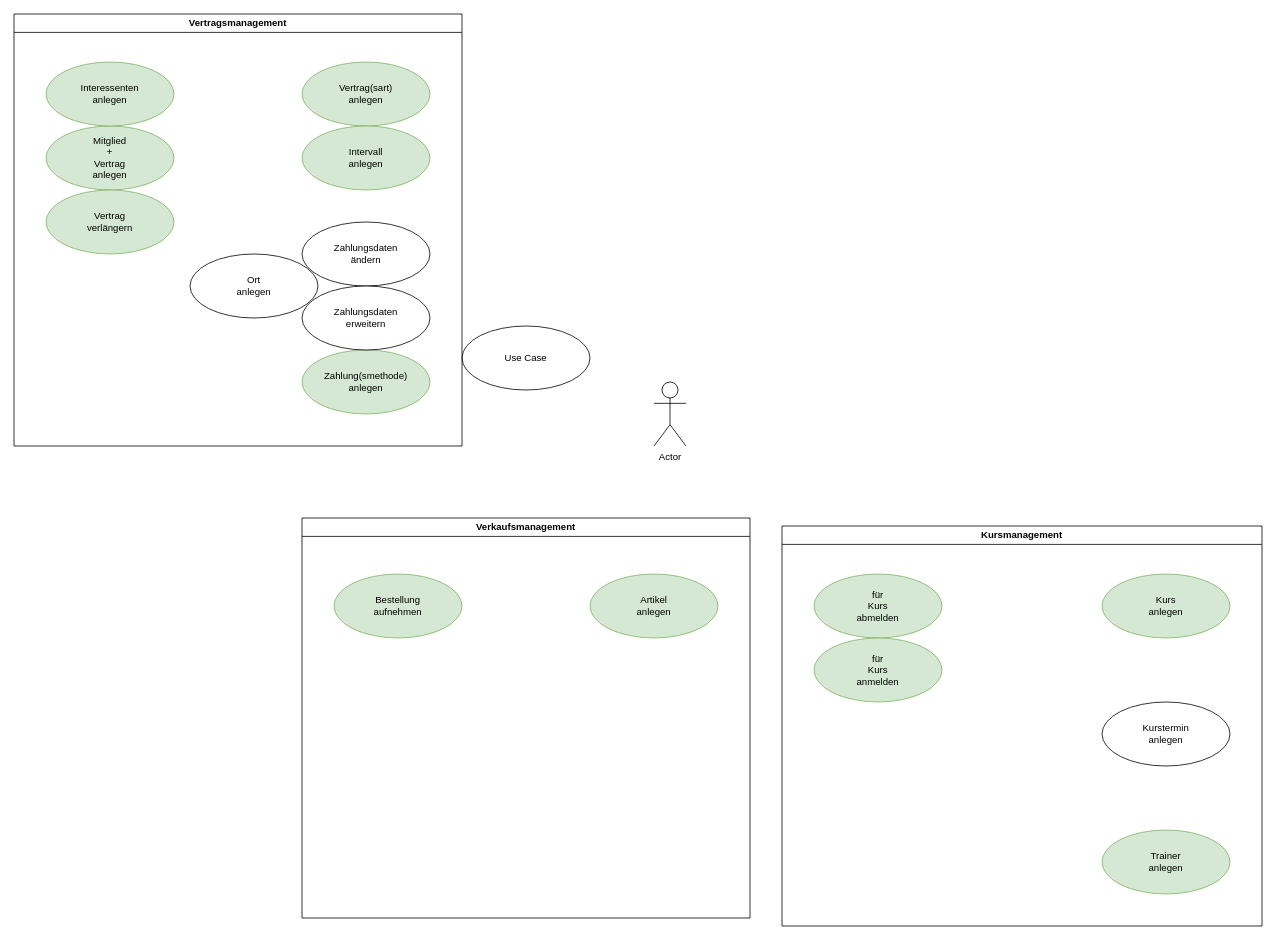
The draw.io diagram Use-Case-Diagramm.drawio in holger1111/Fitnessstudiomitgliederverwaltung, before the edit. Source tidied: cells renumbered, new cells numbered last; positions are measured from the earlier drawing's top-left corner, leaving out a move shared by most shapes. Both pictures are drawn from the tidied source at 80%, with x=0, y=0 at pixel (14, 14).
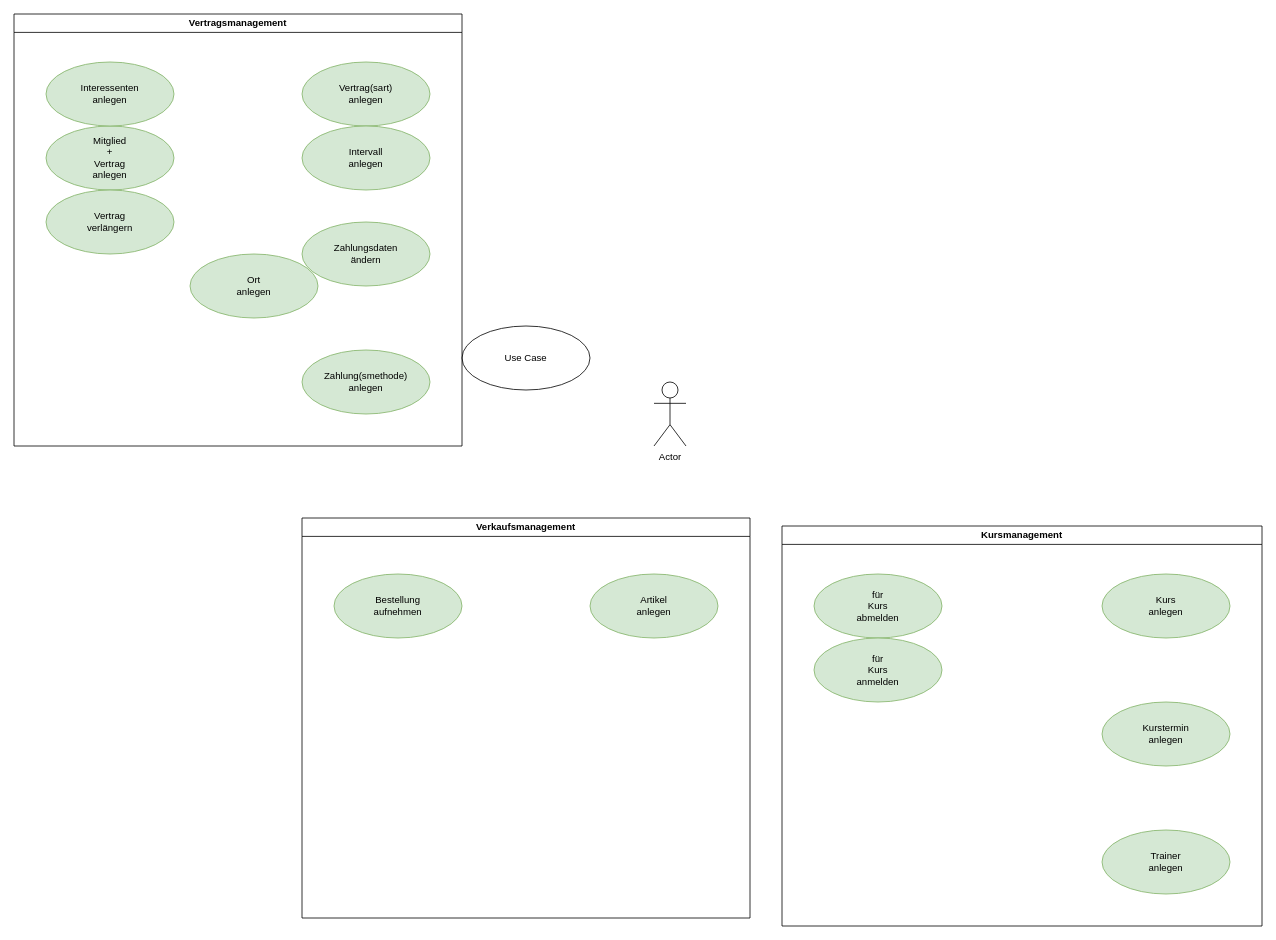
The same diagram, later.

Commit message:
Use-Case-Diagramm vorläufig vollständig genutzt

Unchanged cells that the change refers to:
```xml
<mxCell id="4" value="Kursmanagement" style="swimlane;whiteSpace=wrap;html=1;" parent="1" vertex="1">
  <mxGeometry x="960" y="640" width="600" height="500" as="geometry" />
</mxCell>
<mxCell id="13" value="Vertragsmanagement" style="swimlane;whiteSpace=wrap;html=1;" parent="1" vertex="1">
  <mxGeometry width="560" height="540" as="geometry" />
</mxCell>
```

Change to the diagram source:
```diff
@@
-    <mxCell id="9" value="Kurstermin&lt;div&gt;anlegen&lt;/div&gt;" style="ellipse;whiteSpace=wrap;html=1;" parent="4" vertex="1">
+    <mxCell id="9" value="Kurstermin&lt;div&gt;anlegen&lt;/div&gt;" style="ellipse;whiteSpace=wrap;html=1;fillColor=#d5e8d4;strokeColor=#82b366;" parent="4" vertex="1">
       <mxGeometry x="400" y="220" width="160" height="80" as="geometry" />
     </mxCell>
@@
-    <mxCell id="20" value="Zahlungsdaten&lt;div&gt;ändern&lt;/div&gt;" style="ellipse;whiteSpace=wrap;html=1;" parent="13" vertex="1">
+    <mxCell id="20" value="Zahlungsdaten&lt;div&gt;ändern&lt;/div&gt;" style="ellipse;whiteSpace=wrap;html=1;fillColor=#d5e8d4;strokeColor=#82b366;" parent="13" vertex="1">
       <mxGeometry x="360" y="260" width="160" height="80" as="geometry" />
     </mxCell>
-    <mxCell id="21" value="Zahlungsdaten&lt;div&gt;erweitern&lt;/div&gt;" style="ellipse;whiteSpace=wrap;html=1;" parent="13" vertex="1">
-      <mxGeometry x="360" y="340" width="160" height="80" as="geometry" />
-    </mxCell>
-    <mxCell id="22" value="Ort&lt;div&gt;anlegen&lt;/div&gt;" style="ellipse;whiteSpace=wrap;html=1;" parent="13" vertex="1">
+    <mxCell id="22" value="Ort&lt;div&gt;anlegen&lt;/div&gt;" style="ellipse;whiteSpace=wrap;html=1;fillColor=#d5e8d4;strokeColor=#82b366;" parent="13" vertex="1">
       <mxGeometry x="220" y="300" width="160" height="80" as="geometry" />
     </mxCell>
```
